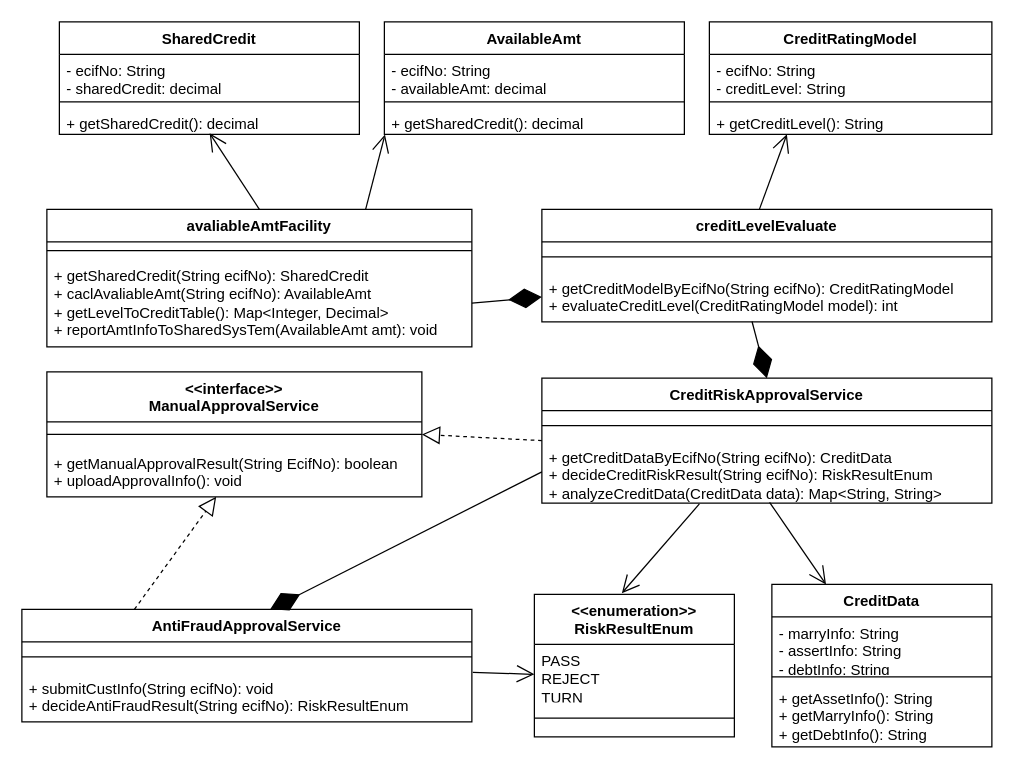
The draw.io diagram 授信额度审批-.drawio in wuxiao-web/graduationThesis, before the edit. Source tidied: cells renumbered, new cells numbered last; positions are measured from the earlier drawing's top-left corner, leaving out a move shared by most shapes. Both pictures are drawn from the tidied source at 125%, with x=0, y=0 at pixel (21, 21).
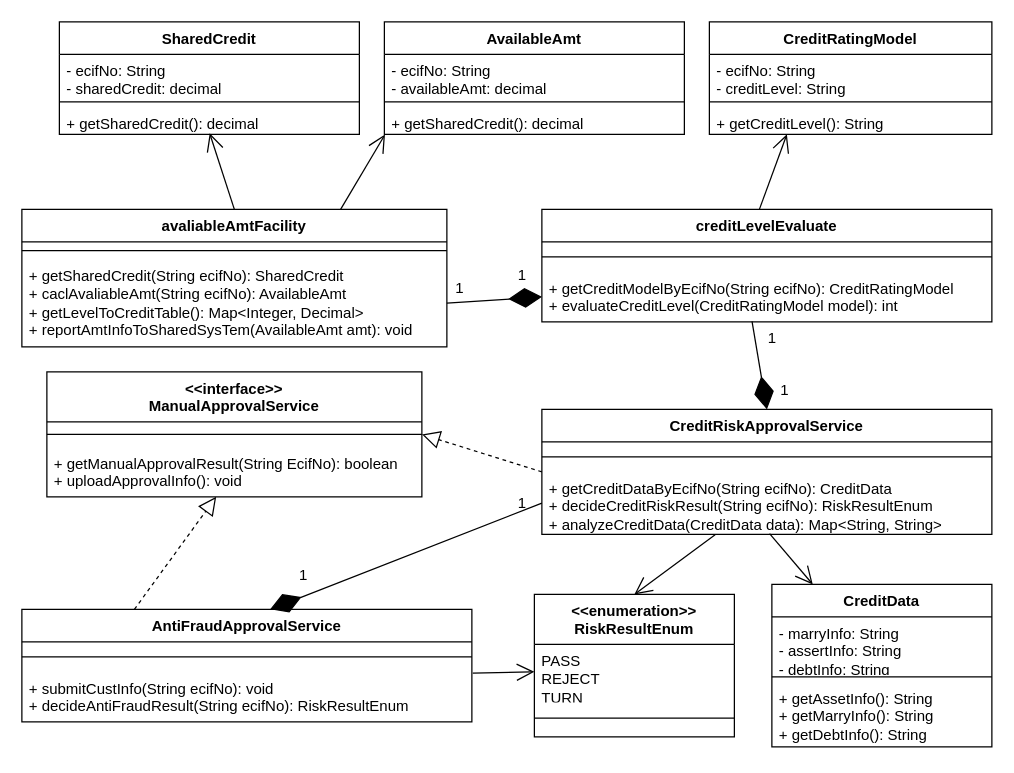
The same page after the edit.

Commit message:
更新授信额度审批-.drawio

Unchanged cells that the change refers to:
```xml
<mxCell id="26" value="+ getCreditDataByEcifNo(String ecifNo): CreditData&lt;br&gt;+ decideCreditRiskResult(String ecifNo): RiskResultEnum&lt;br&gt;+ analyzeCreditData(CreditData data): Map&amp;lt;String, String&amp;gt;" style="text;strokeColor=none;fillColor=none;align=left;verticalAlign=top;spacingLeft=4;spacingRight=4;overflow=hidden;points=[[0,0.5],[1,0.5]];portConstraint=eastwest;whiteSpace=wrap;html=1;" parent="24" vertex="1">
  <mxGeometry y="50" width="360" height="50" as="geometry" />
</mxCell>
<mxCell id="40" value="+ submitCustInfo(String ecifNo): void&lt;br&gt;+ decideAntiFraudResult(String ecifNo): RiskResultEnum" style="text;strokeColor=none;fillColor=none;align=left;verticalAlign=top;spacingLeft=4;spacingRight=4;overflow=hidden;points=[[0,0.5],[1,0.5]];portConstraint=eastwest;whiteSpace=wrap;html=1;" parent="38" vertex="1">
  <mxGeometry y="50" width="360" height="40" as="geometry" />
</mxCell>
<mxCell id="44" value="&lt;b style=&quot;border-color: var(--border-color);&quot;&gt;&amp;lt;&amp;lt;enumeration&amp;gt;&amp;gt;&lt;br style=&quot;border-color: var(--border-color);&quot;&gt;RiskResultEnum&lt;/b&gt;" style="swimlane;fontStyle=1;align=center;verticalAlign=top;horizontal=1;startSize=40;whiteSpace=wrap;html=1;" parent="1" vertex="1">
  <mxGeometry x="410" y="458" width="160" height="114" as="geometry" />
</mxCell>
<mxCell id="45" value="PASS&lt;br&gt;REJECT&lt;br&gt;TURN" style="text;strokeColor=none;fillColor=none;align=left;verticalAlign=top;spacingLeft=4;spacingRight=4;overflow=hidden;points=[[0,0.5],[1,0.5]];portConstraint=eastwest;whiteSpace=wrap;html=1;" parent="44" vertex="1">
  <mxGeometry y="40" width="160" height="44" as="geometry" />
</mxCell>
```

What changed in the source:
```diff
@@
     <mxCell id="2" value="avaliableAmtFacility" style="swimlane;fontStyle=1;align=center;verticalAlign=top;horizontal=1;startSize=26;whiteSpace=wrap;html=1;" parent="1" vertex="1">
-      <mxGeometry x="20" y="150" width="340" height="110" as="geometry" />
+      <mxGeometry y="150" width="340" height="110" as="geometry" />
     </mxCell>
@@
     <mxCell id="24" value="CreditRiskApprovalService" style="swimlane;fontStyle=1;align=center;verticalAlign=top;horizontal=1;startSize=26;whiteSpace=wrap;html=1;" parent="1" vertex="1">
-      <mxGeometry x="416" y="285" width="360" height="100" as="geometry" />
+      <mxGeometry x="416" y="310" width="360" height="100" as="geometry" />
     </mxCell>
@@
-    <mxCell id="31" style="endArrow=open;endFill=1;endSize=12;html=1;rounded=0;entryX=0.5;entryY=0;entryDx=0;entryDy=0;exitX=0.35;exitY=1.013;exitDx=0;exitDy=0;exitPerimeter=0;" parent="1" edge="1" source="26">
-      <mxGeometry relative="1" as="geometry">
-        <mxPoint x="480" y="457" as="targetPoint" />
-      </mxGeometry>
-    </mxCell>
@@
-    <mxCell id="43" style="endArrow=open;endFill=1;endSize=12;html=1;rounded=0;entryX=0;entryY=0.5;entryDx=0;entryDy=0;exitX=1.002;exitY=0.008;exitDx=0;exitDy=0;exitPerimeter=0;" parent="1" edge="1" source="40">
-      <mxGeometry relative="1" as="geometry">
-        <mxPoint x="410" y="522" as="targetPoint" />
-      </mxGeometry>
-    </mxCell>
@@
+    <mxCell id="47" value="1" style="text;html=1;align=center;verticalAlign=middle;strokeColor=none;fillColor=none;" parent="1" vertex="1">
+      <mxGeometry x="335" y="198" width="30" height="30" as="geometry" />
+    </mxCell>
+    <mxCell id="48" value="1" style="text;html=1;align=center;verticalAlign=middle;strokeColor=none;fillColor=none;" parent="1" vertex="1">
+      <mxGeometry x="385" y="188" width="30" height="30" as="geometry" />
+    </mxCell>
+    <mxCell id="49" value="1" style="text;html=1;align=center;verticalAlign=middle;strokeColor=none;fillColor=none;" parent="1" vertex="1">
+      <mxGeometry x="585" y="238" width="30" height="30" as="geometry" />
+    </mxCell>
+    <mxCell id="50" value="1" style="text;html=1;align=center;verticalAlign=middle;strokeColor=none;fillColor=none;" parent="1" vertex="1">
+      <mxGeometry x="595" y="280" width="30" height="30" as="geometry" />
+    </mxCell>
+    <mxCell id="51" value="1" style="text;html=1;align=center;verticalAlign=middle;strokeColor=none;fillColor=none;" parent="1" vertex="1">
+      <mxGeometry x="385" y="370" width="30" height="30" as="geometry" />
+    </mxCell>
+    <mxCell id="52" value="1" style="text;html=1;align=center;verticalAlign=middle;strokeColor=none;fillColor=none;" parent="1" vertex="1">
+      <mxGeometry x="210" y="428" width="30" height="30" as="geometry" />
+    </mxCell>
+    <mxCell id="53" style="endArrow=open;endFill=1;endSize=12;html=1;rounded=0;exitX=0.385;exitY=1.007;exitDx=0;exitDy=0;exitPerimeter=0;entryX=0.5;entryY=0;entryDx=0;entryDy=0;" parent="1" edge="1" source="26" target="44">
+      <mxGeometry relative="1" as="geometry" />
+    </mxCell>
+    <mxCell id="54" style="endArrow=open;endFill=1;endSize=12;html=1;rounded=0;exitX=1.002;exitY=0.025;exitDx=0;exitDy=0;exitPerimeter=0;entryX=0;entryY=0.5;entryDx=0;entryDy=0;" parent="1" edge="1" source="40" target="45">
+      <mxGeometry relative="1" as="geometry" />
+    </mxCell>
```
